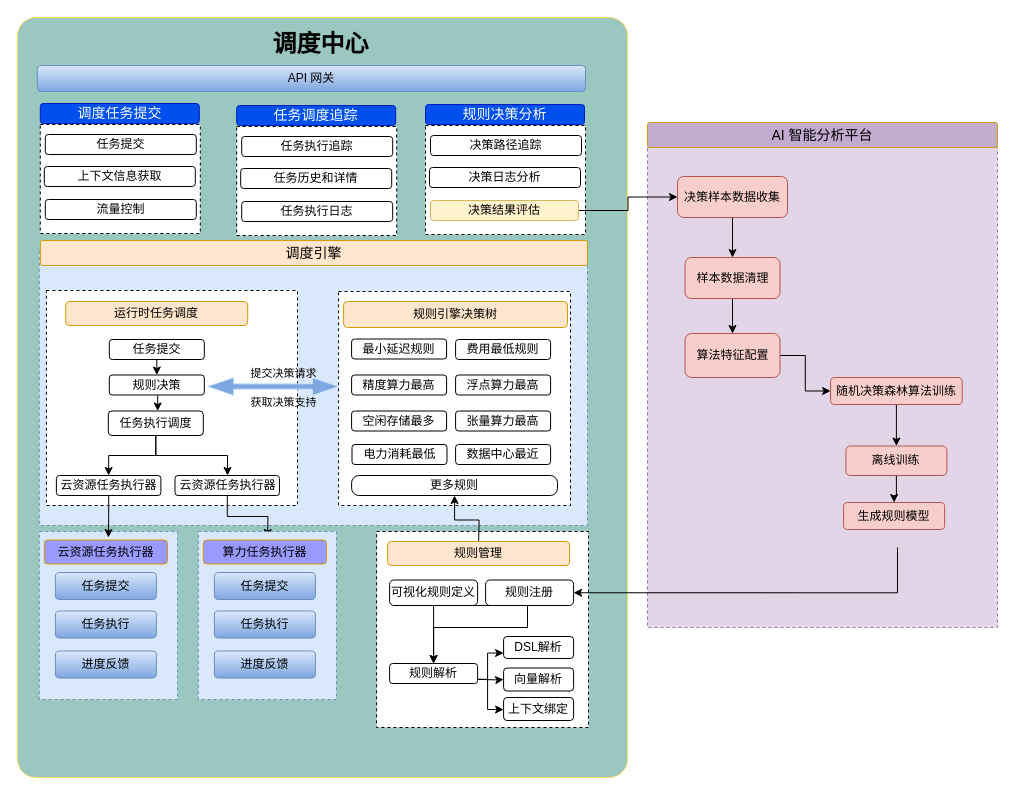
GrissonWu07/somearc keeps this draw.io diagram as page "调度中心" (9 of 9) of Some CMP Arc.drawio. Above is the earlier version. Source tidied: cells renumbered, new cells numbered last; positions are measured from the earlier drawing's top-left corner, leaving out a move shared by most shapes. Both pictures are drawn from the tidied source at 100%, with x=0, y=0 at pixel (17, 17).
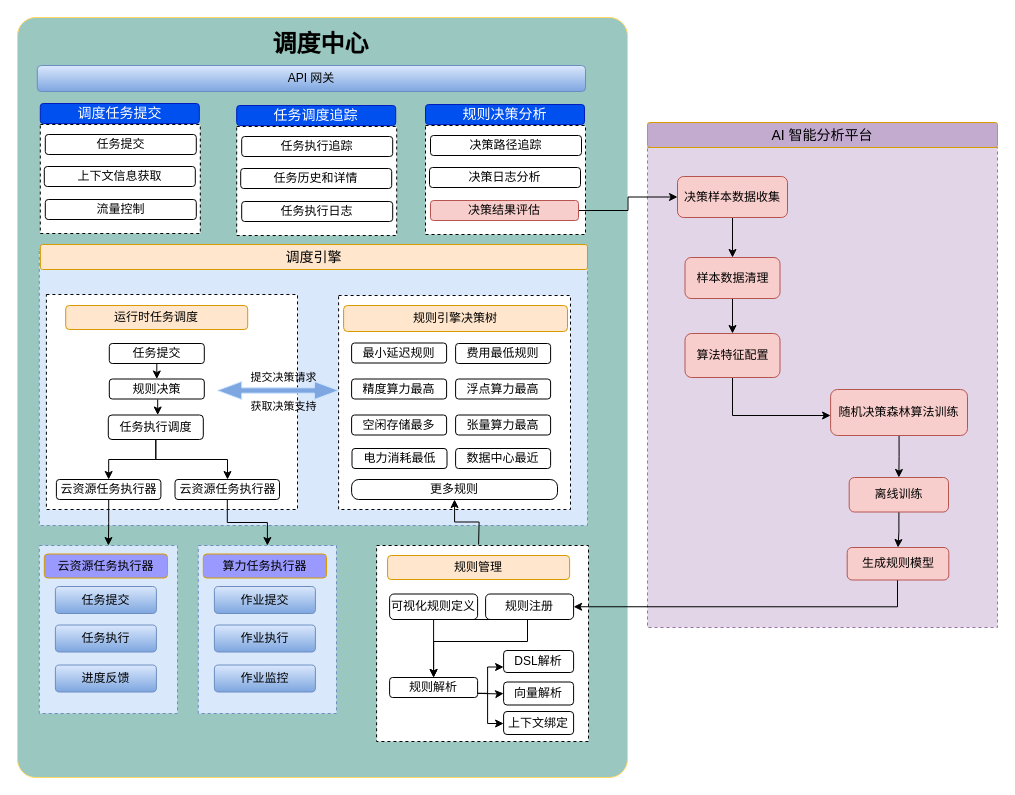
The same page after the edit.

The change refers to these unchanged cells:
```xml
<mxCell id="79" value="算法特征配置" style="rounded=1;whiteSpace=wrap;html=1;fillColor=#f8cecc;strokeColor=#b85450;" parent="1" vertex="1">
  <mxGeometry x="667.5" y="316" width="95" height="44" as="geometry" />
</mxCell>
```

Diff of the diagram source:
```diff
@@
     <mxCell id="4" style="rounded=0;whiteSpace=wrap;html=1;dashed=1;" parent="1" vertex="1">
-      <mxGeometry x="359.1" y="514" width="211.9" height="196" as="geometry" />
+      <mxGeometry x="359.1" y="528" width="211.9" height="196" as="geometry" />
     </mxCell>
     <mxCell id="5" style="edgeStyle=orthogonalEdgeStyle;rounded=0;jettySize=auto;html=1;entryX=1;entryY=0.5;entryDx=0;entryDy=0;fontSize=11;" parent="1" edge="1" target="85">
       <mxGeometry relative="1" as="geometry">
         <mxPoint x="880" y="530" as="sourcePoint" />
         <Array as="points">
-          <mxPoint x="880" y="575" />
+          <mxPoint x="880" y="589" />
         </Array>
       </mxGeometry>
     </mxCell>
@@
     <mxCell id="7" style="rounded=0;whiteSpace=wrap;html=1;dashed=1;" parent="1" vertex="1">
-      <mxGeometry x="321.1" y="274" width="231.9" height="214" as="geometry" />
+      <mxGeometry x="321.1" y="278" width="231.9" height="214" as="geometry" />
     </mxCell>
     <mxCell id="8" value="调度引擎" style="rounded=1;whiteSpace=wrap;html=1;fillColor=#ffe6cc;strokeColor=#d79b00;fontSize=14;arcSize=9;" parent="1" vertex="1">
-      <mxGeometry x="22.9" y="223" width="547.1" height="25" as="geometry" />
+      <mxGeometry x="22.9" y="227" width="547.1" height="25" as="geometry" />
     </mxCell>
     <mxCell id="9" value="规则引擎决策树" style="rounded=1;whiteSpace=wrap;html=1;fillColor=#ffe6cc;strokeColor=#d79b00;" parent="1" vertex="1">
-      <mxGeometry x="326.1" y="284" width="223.9" height="26" as="geometry" />
+      <mxGeometry x="326.1" y="288" width="223.9" height="26" as="geometry" />
     </mxCell>
     <mxCell id="10" value="最小延迟规则" style="rounded=1;whiteSpace=wrap;html=1;" parent="1" vertex="1">
-      <mxGeometry x="334.1" y="321.5" width="95" height="20" as="geometry" />
+      <mxGeometry x="334.1" y="325.5" width="95" height="20" as="geometry" />
     </mxCell>
     <mxCell id="11" value="费用最低规则" style="rounded=1;whiteSpace=wrap;html=1;" parent="1" vertex="1">
-      <mxGeometry x="438.1" y="322" width="95" height="20" as="geometry" />
+      <mxGeometry x="438.1" y="326" width="95" height="20" as="geometry" />
     </mxCell>
     <mxCell id="12" value="更多规则" style="rounded=1;whiteSpace=wrap;html=1;arcSize=36;" parent="1" vertex="1">
-      <mxGeometry x="334.1" y="458" width="205.9" height="20" as="geometry" />
+      <mxGeometry x="334.1" y="462" width="205.9" height="20" as="geometry" />
     </mxCell>
@@
     <mxCell id="16" value="精度算力最高" style="rounded=1;whiteSpace=wrap;html=1;" parent="1" vertex="1">
-      <mxGeometry x="334.1" y="357.5" width="95" height="20" as="geometry" />
+      <mxGeometry x="334.1" y="361.5" width="95" height="20" as="geometry" />
     </mxCell>
     <mxCell id="17" value="浮点算力最高" style="rounded=1;whiteSpace=wrap;html=1;" parent="1" vertex="1">
-      <mxGeometry x="438.1" y="357.5" width="95" height="20" as="geometry" />
+      <mxGeometry x="438.1" y="361.5" width="95" height="20" as="geometry" />
     </mxCell>
     <mxCell id="18" value="空闲存储最多" style="rounded=1;whiteSpace=wrap;html=1;" parent="1" vertex="1">
-      <mxGeometry x="334.1" y="393.5" width="95" height="20" as="geometry" />
+      <mxGeometry x="334.1" y="397.5" width="95" height="20" as="geometry" />
     </mxCell>
     <mxCell id="19" value="张量算力最高" style="rounded=1;whiteSpace=wrap;html=1;" parent="1" vertex="1">
-      <mxGeometry x="438.1" y="393.5" width="95" height="20" as="geometry" />
+      <mxGeometry x="438.1" y="397.5" width="95" height="20" as="geometry" />
     </mxCell>
@@
     <mxCell id="21" value="规则管理" style="rounded=1;whiteSpace=wrap;html=1;fillColor=#ffe6cc;strokeColor=#d79b00;" parent="1" vertex="1">
-      <mxGeometry x="370.1" y="524" width="182" height="24" as="geometry" />
+      <mxGeometry x="370.1" y="538" width="182" height="24" as="geometry" />
     </mxCell>
@@
     <mxCell id="23" value="可视化规则定义" style="rounded=1;whiteSpace=wrap;html=1;arcSize=17;" parent="1" vertex="1">
-      <mxGeometry x="372.1" y="562.5" width="88" height="25.5" as="geometry" />
+      <mxGeometry x="372.1" y="576.5" width="88" height="25.5" as="geometry" />
     </mxCell>
     <mxCell id="24" style="edgeStyle=orthogonalEdgeStyle;rounded=0;jettySize=auto;html=1;" parent="1" edge="1" target="30">
       <mxGeometry relative="1" as="geometry">
-        <mxPoint x="460.1" y="661.9" as="sourcePoint" />
+        <mxPoint x="460.1" y="675.9" as="sourcePoint" />
         <Array as="points">
-          <mxPoint x="470.1" y="662" />
-          <mxPoint x="470.1" y="692" />
+          <mxPoint x="470.1" y="676" />
+          <mxPoint x="470.1" y="706" />
         </Array>
       </mxGeometry>
     </mxCell>
     <mxCell id="25" style="edgeStyle=orthogonalEdgeStyle;rounded=0;jettySize=auto;html=1;entryX=0;entryY=0.75;entryDx=0;entryDy=0;" parent="1" edge="1" target="28">
       <mxGeometry relative="1" as="geometry">
-        <mxPoint x="460.1" y="661.9" as="sourcePoint" />
+        <mxPoint x="460.1" y="675.9" as="sourcePoint" />
         <Array as="points">
-          <mxPoint x="470.1" y="662" />
-          <mxPoint x="470.1" y="636" />
+          <mxPoint x="470.1" y="676" />
+          <mxPoint x="470.1" y="650" />
         </Array>
       </mxGeometry>
     </mxCell>
     <mxCell id="26" style="edgeStyle=orthogonalEdgeStyle;rounded=0;jettySize=auto;html=1;" parent="1" edge="1" target="29">
       <mxGeometry relative="1" as="geometry">
-        <mxPoint x="460.1" y="661.9" as="sourcePoint" />
+        <mxPoint x="460.1" y="675.9" as="sourcePoint" />
       </mxGeometry>
     </mxCell>
     <mxCell id="27" value="规则解析" style="rounded=1;whiteSpace=wrap;html=1;" parent="1" vertex="1">
-      <mxGeometry x="372.1" y="646" width="88" height="20" as="geometry" />
+      <mxGeometry x="372.1" y="660" width="88" height="20" as="geometry" />
     </mxCell>
     <mxCell id="28" value="DSL解析" style="rounded=1;whiteSpace=wrap;html=1;" parent="1" vertex="1">
-      <mxGeometry x="486.1" y="619" width="70" height="22" as="geometry" />
+      <mxGeometry x="486.1" y="633" width="70" height="22" as="geometry" />
     </mxCell>
     <mxCell id="29" value="向量解析" style="rounded=1;whiteSpace=wrap;html=1;" parent="1" vertex="1">
-      <mxGeometry x="486.1" y="650.5" width="70" height="23" as="geometry" />
+      <mxGeometry x="486.1" y="664.5" width="70" height="23" as="geometry" />
     </mxCell>
     <mxCell id="30" value="上下文绑定" style="rounded=1;whiteSpace=wrap;html=1;" parent="1" vertex="1">
-      <mxGeometry x="486.1" y="680" width="70" height="23" as="geometry" />
+      <mxGeometry x="486.1" y="694" width="70" height="23" as="geometry" />
     </mxCell>
@@
     <mxCell id="33" style="rounded=0;whiteSpace=wrap;html=1;dashed=1;fillColor=#dae8fc;strokeColor=#6c8ebf;gradientColor=none;" parent="1" vertex="1">
-      <mxGeometry x="21.8" y="514" width="138.2" height="168" as="geometry" />
+      <mxGeometry x="21.8" y="528" width="138.2" height="168" as="geometry" />
     </mxCell>
     <mxCell id="34" value="云资源任务执行器" style="rounded=1;whiteSpace=wrap;html=1;fillColor=#9999FF;strokeColor=#d79b00;" parent="1" vertex="1">
-      <mxGeometry x="26.8" y="522.5" width="123.2" height="24" as="geometry" />
+      <mxGeometry x="26.8" y="536.5" width="123.2" height="24" as="geometry" />
     </mxCell>
     <mxCell id="35" value="任务执行" style="rounded=1;whiteSpace=wrap;html=1;fillColor=#dae8fc;strokeColor=#6c8ebf;gradientColor=#7ea6e0;" parent="1" vertex="1">
-      <mxGeometry x="37.9" y="593.5" width="101" height="27" as="geometry" />
+      <mxGeometry x="37.9" y="607.5" width="101" height="27" as="geometry" />
     </mxCell>
     <mxCell id="36" value="任务提交" style="rounded=1;whiteSpace=wrap;html=1;fillColor=#dae8fc;strokeColor=#6c8ebf;gradientColor=#7ea6e0;" parent="1" vertex="1">
-      <mxGeometry x="37.9" y="555" width="101" height="27" as="geometry" />
+      <mxGeometry x="37.9" y="569" width="101" height="27" as="geometry" />
     </mxCell>
     <mxCell id="37" value="进度反馈" style="rounded=1;whiteSpace=wrap;html=1;fillColor=#dae8fc;strokeColor=#6c8ebf;gradientColor=#7ea6e0;" parent="1" vertex="1">
-      <mxGeometry x="37.9" y="633.5" width="101" height="27" as="geometry" />
+      <mxGeometry x="37.9" y="647.5" width="101" height="27" as="geometry" />
     </mxCell>
     <mxCell id="38" style="rounded=0;whiteSpace=wrap;html=1;dashed=1;" parent="1" vertex="1">
-      <mxGeometry x="28.9" y="273" width="251.1" height="215" as="geometry" />
+      <mxGeometry x="28.9" y="277" width="251.1" height="215" as="geometry" />
     </mxCell>
     <mxCell id="39" value="运行时任务调度" style="rounded=1;whiteSpace=wrap;html=1;fillColor=#ffe6cc;strokeColor=#d79b00;" parent="1" vertex="1">
-      <mxGeometry x="48.2" y="284" width="182" height="24" as="geometry" />
+      <mxGeometry x="48.2" y="288" width="182" height="24" as="geometry" />
     </mxCell>
@@
     <mxCell id="42" value="任务提交" style="rounded=1;whiteSpace=wrap;html=1;" parent="1" vertex="1">
-      <mxGeometry x="91.8" y="322" width="95" height="20" as="geometry" />
+      <mxGeometry x="91.8" y="326" width="95" height="20" as="geometry" />
     </mxCell>
     <mxCell id="43" value="规则决策" style="rounded=1;whiteSpace=wrap;html=1;" parent="1" vertex="1">
-      <mxGeometry x="91.8" y="357.5" width="95" height="20" as="geometry" />
+      <mxGeometry x="91.8" y="361.5" width="95" height="20" as="geometry" />
     </mxCell>
@@
     <mxCell id="45" style="edgeStyle=orthogonalEdgeStyle;rounded=0;jettySize=auto;html=1;" parent="1" edge="1" source="46" target="50">
       <mxGeometry relative="1" as="geometry">
         <Array as="points">
-          <mxPoint x="138" y="438" />
-          <mxPoint x="210" y="438" />
+          <mxPoint x="138" y="442" />
+          <mxPoint x="210" y="442" />
         </Array>
       </mxGeometry>
     </mxCell>
     <mxCell id="46" value="任务执行调度" style="rounded=1;whiteSpace=wrap;html=1;" parent="1" vertex="1">
-      <mxGeometry x="90.8" y="393.5" width="95" height="24.5" as="geometry" />
+      <mxGeometry x="90.8" y="397.5" width="95" height="24.5" as="geometry" />
     </mxCell>
-    <mxCell id="47" style="edgeStyle=orthogonalEdgeStyle;rounded=0;jettySize=auto;html=1;fontSize=11;" parent="1" edge="1" source="48">
-      <mxGeometry relative="1" as="geometry">
-        <mxPoint x="90.9" y="520" as="targetPoint" />
-      </mxGeometry>
+    <mxCell id="47" style="edgeStyle=orthogonalEdgeStyle;rounded=0;jettySize=auto;html=1;fontSize=11;entryX=0.5;entryY=0;entryDx=0;entryDy=0;" parent="1" edge="1" source="48" target="33">
+      <mxGeometry relative="1" as="geometry" />
     </mxCell>
     <mxCell id="48" value="云资源任务执行器" style="rounded=1;whiteSpace=wrap;html=1;" parent="1" vertex="1">
-      <mxGeometry x="38.9" y="458" width="104.5" height="20" as="geometry" />
+      <mxGeometry x="38.9" y="462" width="104.5" height="20" as="geometry" />
     </mxCell>
-    <mxCell id="49" style="edgeStyle=orthogonalEdgeStyle;rounded=0;jettySize=auto;html=1;fontSize=11;" parent="1" edge="1" source="50">
-      <mxGeometry relative="1" as="geometry">
-        <mxPoint x="250" y="520" as="targetPoint" />
-      </mxGeometry>
+    <mxCell id="49" style="edgeStyle=orthogonalEdgeStyle;rounded=0;jettySize=auto;html=1;fontSize=11;entryX=0.5;entryY=0;entryDx=0;entryDy=0;" parent="1" edge="1" source="50" target="57">
+      <mxGeometry relative="1" as="geometry" />
     </mxCell>
     <mxCell id="50" value="云资源任务执行器" style="rounded=1;whiteSpace=wrap;html=1;" parent="1" vertex="1">
-      <mxGeometry x="157.5" y="458" width="104.5" height="20" as="geometry" />
+      <mxGeometry x="157.5" y="462" width="104.5" height="20" as="geometry" />
     </mxCell>
     <mxCell id="51" style="edgeStyle=orthogonalEdgeStyle;rounded=0;orthogonalLoop=1;jettySize=auto;html=1;exitX=0.5;exitY=1;exitDx=0;exitDy=0;entryX=0.5;entryY=0;entryDx=0;entryDy=0;" parent="1" edge="1">
       <mxGeometry relative="1" as="geometry">
-        <mxPoint x="140.2" y="378" as="sourcePoint" />
-        <mxPoint x="140.2" y="393.5" as="targetPoint" />
+        <mxPoint x="140.2" y="382" as="sourcePoint" />
+        <mxPoint x="140.2" y="397.5" as="targetPoint" />
       </mxGeometry>
     </mxCell>
     <mxCell id="52" value="电力消耗最低" style="rounded=1;whiteSpace=wrap;html=1;" parent="1" vertex="1">
-      <mxGeometry x="334.5" y="427" width="95" height="20" as="geometry" />
+      <mxGeometry x="334.5" y="431" width="95" height="20" as="geometry" />
     </mxCell>
     <mxCell id="53" value="数据中心最近" style="rounded=1;whiteSpace=wrap;html=1;" parent="1" vertex="1">
-      <mxGeometry x="438.1" y="427" width="95" height="20" as="geometry" />
+      <mxGeometry x="438.1" y="431" width="95" height="20" as="geometry" />
     </mxCell>
     <mxCell id="54" style="shape=doubleArrow;whiteSpace=wrap;html=1;strokeColor=#CCE5FF;fillColor=#7EA6E0;" parent="1" vertex="1">
-      <mxGeometry x="190" y="360" width="131.1" height="18" as="geometry" />
+      <mxGeometry x="200" y="364" width="121.1" height="18" as="geometry" />
     </mxCell>
     <mxCell id="55" value="&lt;font style=&quot;font-weight: normal ; font-size: 11px&quot;&gt;提交决策请求&lt;/font&gt;" style="text;strokeColor=none;fillColor=none;html=1;fontSize=24;fontStyle=1;verticalAlign=middle;align=center;" parent="1" vertex="1">
-      <mxGeometry x="226.1" y="342" width="79" height="20" as="geometry" />
+      <mxGeometry x="226.1" y="346" width="79" height="20" as="geometry" />
     </mxCell>
     <mxCell id="56" value="&lt;span style=&quot;font-size: 11px ; font-weight: 400&quot;&gt;获取决策支持&lt;/span&gt;" style="text;strokeColor=none;fillColor=none;html=1;fontSize=24;fontStyle=1;verticalAlign=middle;align=center;" parent="1" vertex="1">
-      <mxGeometry x="226.1" y="371" width="79" height="20" as="geometry" />
+      <mxGeometry x="226.1" y="375" width="79" height="20" as="geometry" />
     </mxCell>
     <mxCell id="57" style="rounded=0;whiteSpace=wrap;html=1;dashed=1;fillColor=#dae8fc;strokeColor=#6c8ebf;gradientColor=none;" parent="1" vertex="1">
-      <mxGeometry x="180.8" y="514" width="138.2" height="168" as="geometry" />
+      <mxGeometry x="180.8" y="528" width="138.2" height="168" as="geometry" />
     </mxCell>
     <mxCell id="58" value="算力任务执行器" style="rounded=1;whiteSpace=wrap;html=1;fillColor=#9999FF;strokeColor=#d79b00;" parent="1" vertex="1">
-      <mxGeometry x="185.8" y="522.5" width="123.2" height="24" as="geometry" />
+      <mxGeometry x="185.8" y="536.5" width="123.2" height="24" as="geometry" />
     </mxCell>
-    <mxCell id="59" value="任务执行" style="rounded=1;whiteSpace=wrap;html=1;fillColor=#dae8fc;strokeColor=#6c8ebf;gradientColor=#7ea6e0;" parent="1" vertex="1">
-      <mxGeometry x="196.9" y="593.5" width="101" height="27" as="geometry" />
+    <mxCell id="59" value="作业执行" style="rounded=1;whiteSpace=wrap;html=1;fillColor=#dae8fc;strokeColor=#6c8ebf;gradientColor=#7ea6e0;" parent="1" vertex="1">
+      <mxGeometry x="196.9" y="607.5" width="101" height="27" as="geometry" />
     </mxCell>
-    <mxCell id="60" value="任务提交" style="rounded=1;whiteSpace=wrap;html=1;fillColor=#dae8fc;strokeColor=#6c8ebf;gradientColor=#7ea6e0;" parent="1" vertex="1">
-      <mxGeometry x="196.9" y="555" width="101" height="27" as="geometry" />
+    <mxCell id="60" value="作业提交" style="rounded=1;whiteSpace=wrap;html=1;fillColor=#dae8fc;strokeColor=#6c8ebf;gradientColor=#7ea6e0;" parent="1" vertex="1">
+      <mxGeometry x="196.9" y="569" width="101" height="27" as="geometry" />
     </mxCell>
-    <mxCell id="61" value="进度反馈" style="rounded=1;whiteSpace=wrap;html=1;fillColor=#dae8fc;strokeColor=#6c8ebf;gradientColor=#7ea6e0;" parent="1" vertex="1">
-      <mxGeometry x="196.9" y="633.5" width="101" height="27" as="geometry" />
+    <mxCell id="61" value="作业监控" style="rounded=1;whiteSpace=wrap;html=1;fillColor=#dae8fc;strokeColor=#6c8ebf;gradientColor=#7ea6e0;" parent="1" vertex="1">
+      <mxGeometry x="196.9" y="647.5" width="101" height="27" as="geometry" />
     </mxCell>
@@
-    <mxCell id="67" value="决策结果评估" style="rounded=1;whiteSpace=wrap;html=1;fillColor=#fff2cc;strokeColor=#d6b656;" parent="1" vertex="1">
+    <mxCell id="67" value="决策结果评估" style="rounded=1;whiteSpace=wrap;html=1;fillColor=#f8cecc;strokeColor=#b85450;" parent="1" vertex="1">
       <mxGeometry x="413" y="183" width="148" height="20" as="geometry" />
     </mxCell>
@@
     <mxCell id="78" style="edgeStyle=orthogonalEdgeStyle;rounded=0;jettySize=auto;html=1;fontSize=11;" parent="1" edge="1" source="79" target="83">
-      <mxGeometry relative="1" as="geometry" />
+      <mxGeometry relative="1" as="geometry">
+        <Array as="points">
+          <mxPoint x="715" y="398" />
+        </Array>
+      </mxGeometry>
     </mxCell>
@@
     <mxCell id="81" value="离线训练" style="rounded=1;whiteSpace=wrap;html=1;fillColor=#f8cecc;strokeColor=#b85450;" parent="1" vertex="1">
-      <mxGeometry x="828.4" y="428.5" width="101" height="29.5" as="geometry" />
+      <mxGeometry x="831.7" y="460" width="99.3" height="34.5" as="geometry" />
     </mxCell>
@@
     <mxCell id="83" value="随机决策森林算法训练" style="rounded=1;whiteSpace=wrap;html=1;fillColor=#f8cecc;strokeColor=#b85450;" parent="1" vertex="1">
-      <mxGeometry x="813.1" y="360" width="131.6" height="27" as="geometry" />
+      <mxGeometry x="813.1" y="372" width="136.9" height="46" as="geometry" />
     </mxCell>
     <mxCell id="84" value="生成规则模型" style="rounded=1;whiteSpace=wrap;html=1;fillColor=#f8cecc;strokeColor=#b85450;" parent="1" vertex="1">
-      <mxGeometry x="826.1" y="485" width="101" height="27" as="geometry" />
+      <mxGeometry x="829.7" y="530" width="101.6" height="32.5" as="geometry" />
     </mxCell>
     <mxCell id="85" value="规则注册" style="rounded=1;whiteSpace=wrap;html=1;arcSize=17;" parent="1" vertex="1">
-      <mxGeometry x="468.1" y="562.5" width="88" height="25.5" as="geometry" />
+      <mxGeometry x="468.1" y="576.5" width="88" height="25.5" as="geometry" />
     </mxCell>
     <mxCell id="86" style="edgeStyle=orthogonalEdgeStyle;rounded=0;jettySize=auto;html=1;exitX=0.5;exitY=1;exitDx=0;exitDy=0;entryX=0.5;entryY=0;entryDx=0;entryDy=0;" parent="1" edge="1" source="23" target="27">
       <mxGeometry relative="1" as="geometry">
         <Array as="points">
-          <mxPoint x="510" y="588" />
-          <mxPoint x="510" y="610" />
-          <mxPoint x="416" y="610" />
+          <mxPoint x="510" y="602" />
+          <mxPoint x="510" y="624" />
+          <mxPoint x="416" y="624" />
         </Array>
       </mxGeometry>
     </mxCell>
```
